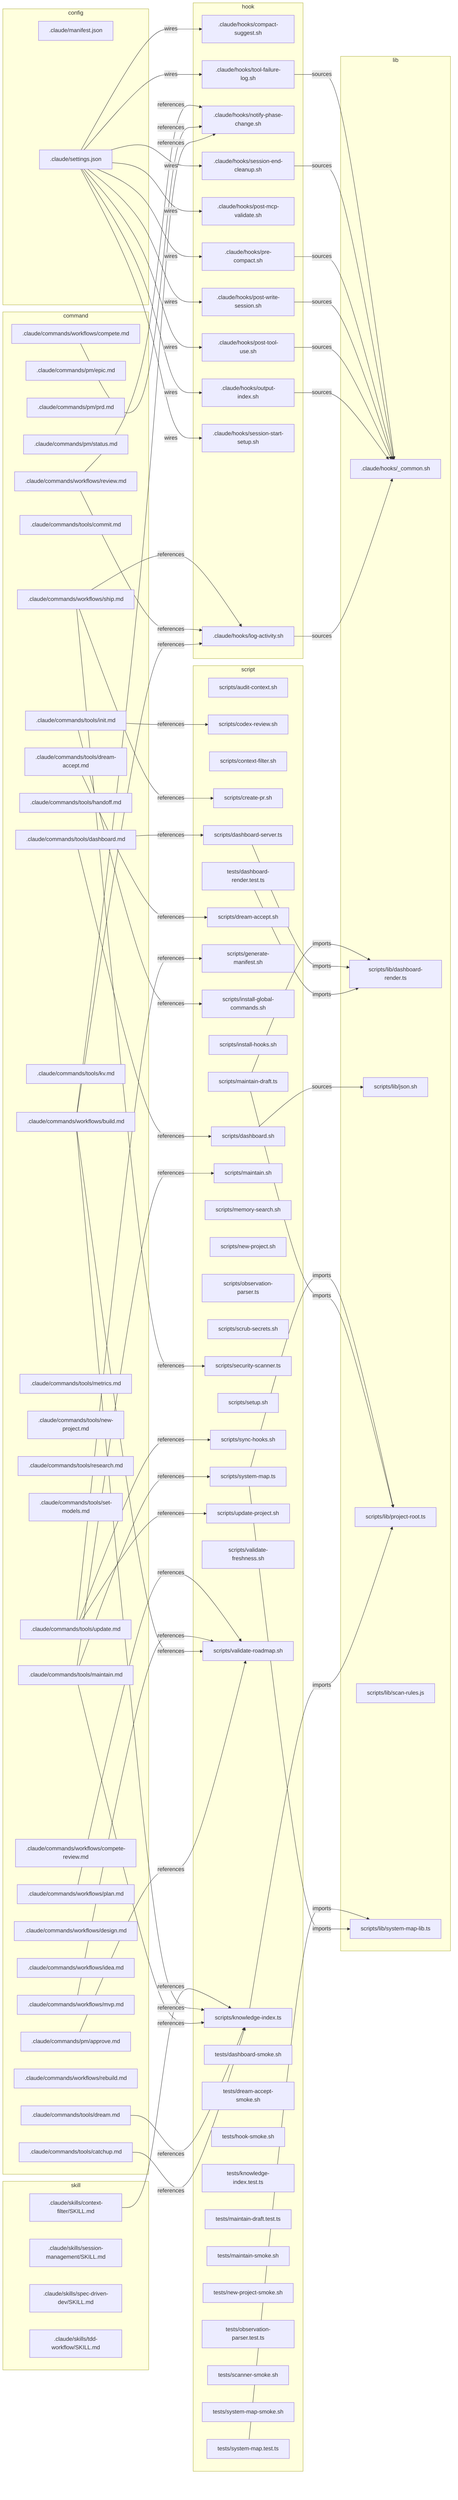
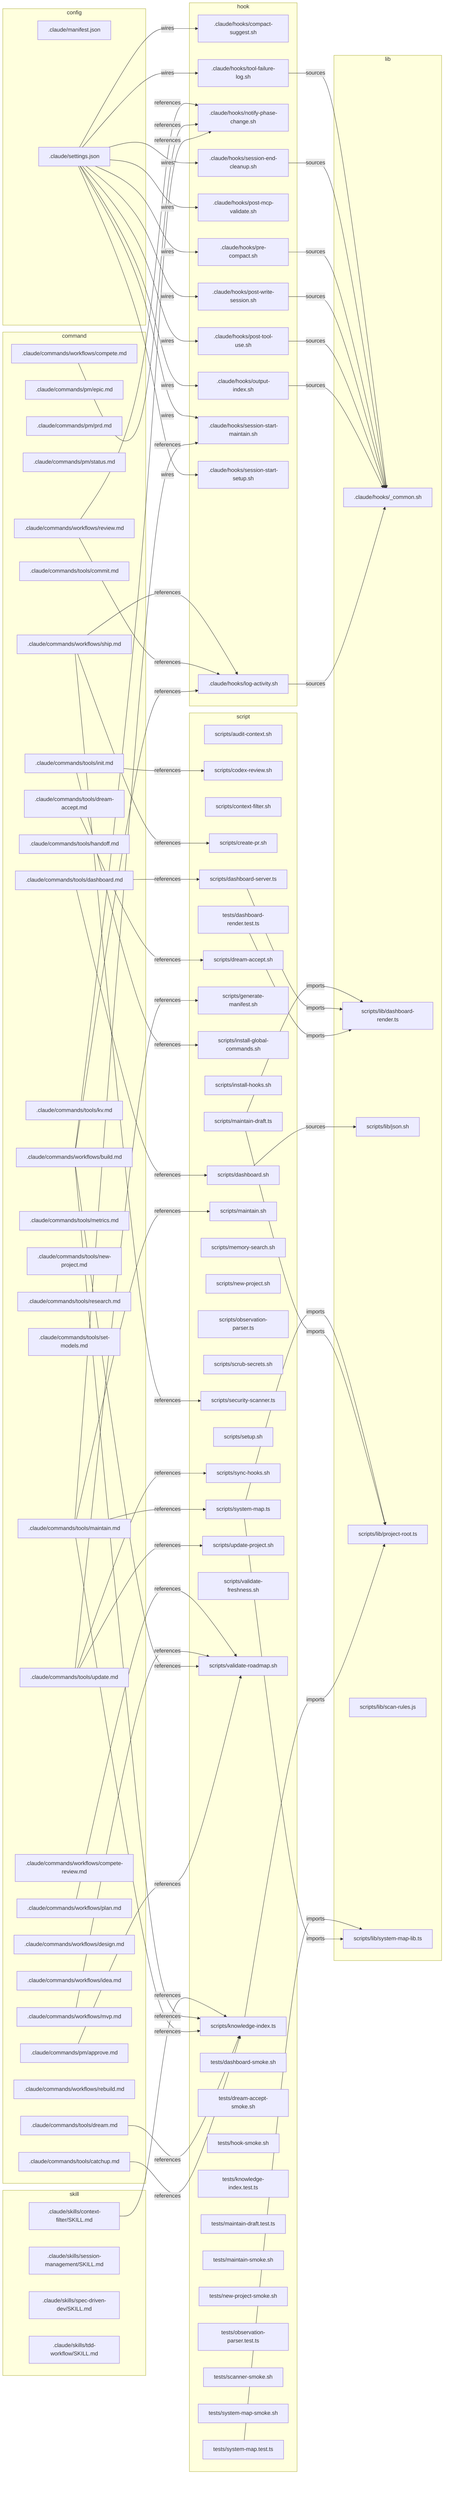
flowchart LR
  subgraph command
    c_pm_approve[".claude/commands/pm/approve.md"]
    c_pm_epic[".claude/commands/pm/epic.md"]
    c_pm_prd[".claude/commands/pm/prd.md"]
    c_pm_status[".claude/commands/pm/status.md"]
    c_tools_catchup[".claude/commands/tools/catchup.md"]
    c_tools_commit[".claude/commands/tools/commit.md"]
    c_tools_dashboard[".claude/commands/tools/dashboard.md"]
    c_tools_dream_accept[".claude/commands/tools/dream-accept.md"]
    c_tools_dream[".claude/commands/tools/dream.md"]
    c_tools_handoff[".claude/commands/tools/handoff.md"]
    c_tools_init[".claude/commands/tools/init.md"]
    c_tools_kv[".claude/commands/tools/kv.md"]
    c_tools_maintain[".claude/commands/tools/maintain.md"]
    c_tools_metrics[".claude/commands/tools/metrics.md"]
    c_tools_new_project[".claude/commands/tools/new-project.md"]
    c_tools_research[".claude/commands/tools/research.md"]
    c_tools_set_models[".claude/commands/tools/set-models.md"]
    c_tools_update[".claude/commands/tools/update.md"]
    c_workflows_build[".claude/commands/workflows/build.md"]
    c_workflows_compete_review[".claude/commands/workflows/compete-review.md"]
    c_workflows_compete[".claude/commands/workflows/compete.md"]
    c_workflows_design[".claude/commands/workflows/design.md"]
    c_workflows_idea[".claude/commands/workflows/idea.md"]
    c_workflows_mvp[".claude/commands/workflows/mvp.md"]
    c_workflows_plan[".claude/commands/workflows/plan.md"]
    c_workflows_rebuild[".claude/commands/workflows/rebuild.md"]
    c_workflows_review[".claude/commands/workflows/review.md"]
    c_workflows_ship[".claude/commands/workflows/ship.md"]
  end
  subgraph config
    cfg_manifest[".claude/manifest.json"]
    cfg_settings[".claude/settings.json"]
  end
  subgraph hook
    h_compact_suggest[".claude/hooks/compact-suggest.sh"]
    h_log_activity[".claude/hooks/log-activity.sh"]
    h_notify_phase_change[".claude/hooks/notify-phase-change.sh"]
    h_output_index[".claude/hooks/output-index.sh"]
    h_post_mcp_validate[".claude/hooks/post-mcp-validate.sh"]
    h_post_tool_use[".claude/hooks/post-tool-use.sh"]
    h_post_write_session[".claude/hooks/post-write-session.sh"]
    h_pre_compact[".claude/hooks/pre-compact.sh"]
    h_session_end_cleanup[".claude/hooks/session-end-cleanup.sh"]
+     h_session_start_maintain[".claude/hooks/session-start-maintain.sh"]
    h_session_start_setup[".claude/hooks/session-start-setup.sh"]
    h_tool_failure_log[".claude/hooks/tool-failure-log.sh"]
  end
  subgraph lib
    l_common[".claude/hooks/_common.sh"]
    l_dashboard_render["scripts/lib/dashboard-render.ts"]
    l_json["scripts/lib/json.sh"]
    l_project_root["scripts/lib/project-root.ts"]
    l_scan_rules["scripts/lib/scan-rules.js"]
    l_system_map_lib["scripts/lib/system-map-lib.ts"]
  end
  subgraph script
    s_audit_context["scripts/audit-context.sh"]
    s_codex_review["scripts/codex-review.sh"]
    s_context_filter["scripts/context-filter.sh"]
    s_create_pr["scripts/create-pr.sh"]
    s_dashboard_server["scripts/dashboard-server.ts"]
    s_dashboard["scripts/dashboard.sh"]
    s_dream_accept["scripts/dream-accept.sh"]
    s_generate_manifest["scripts/generate-manifest.sh"]
    s_install_global_commands["scripts/install-global-commands.sh"]
    s_install_hooks["scripts/install-hooks.sh"]
    s_knowledge_index["scripts/knowledge-index.ts"]
    s_maintain_draft["scripts/maintain-draft.ts"]
    s_maintain["scripts/maintain.sh"]
    s_memory_search["scripts/memory-search.sh"]
    s_new_project["scripts/new-project.sh"]
    s_observation_parser["scripts/observation-parser.ts"]
    s_scrub_secrets["scripts/scrub-secrets.sh"]
    s_security_scanner["scripts/security-scanner.ts"]
    s_setup["scripts/setup.sh"]
    s_sync_hooks["scripts/sync-hooks.sh"]
    s_system_map["scripts/system-map.ts"]
    s_update_project["scripts/update-project.sh"]
    s_validate_freshness["scripts/validate-freshness.sh"]
    s_validate_roadmap["scripts/validate-roadmap.sh"]
    s_dashboard_render_test["tests/dashboard-render.test.ts"]
    s_dashboard_smoke["tests/dashboard-smoke.sh"]
    s_dream_accept_smoke["tests/dream-accept-smoke.sh"]
    s_hook_smoke["tests/hook-smoke.sh"]
    s_knowledge_index_test["tests/knowledge-index.test.ts"]
    s_maintain_draft_test["tests/maintain-draft.test.ts"]
    s_maintain_smoke["tests/maintain-smoke.sh"]
    s_new_project_smoke["tests/new-project-smoke.sh"]
    s_observation_parser_test["tests/observation-parser.test.ts"]
    s_scanner_smoke["tests/scanner-smoke.sh"]
    s_system_map_smoke["tests/system-map-smoke.sh"]
    s_system_map_test["tests/system-map.test.ts"]
  end
  subgraph skill
    sk_context_filter_skill[".claude/skills/context-filter/SKILL.md"]
    sk_session_management_skill[".claude/skills/session-management/SKILL.md"]
    sk_spec_driven_dev_skill[".claude/skills/spec-driven-dev/SKILL.md"]
    sk_tdd_workflow_skill[".claude/skills/tdd-workflow/SKILL.md"]
  end
  c_pm_approve -->|references| s_validate_roadmap
  c_tools_catchup -->|references| s_knowledge_index
  c_tools_dashboard -->|references| s_dashboard
  c_tools_dashboard -->|references| s_dashboard_server
  c_tools_dream -->|references| s_knowledge_index
  c_tools_dream_accept -->|references| s_dream_accept
  c_tools_init -->|references| s_codex_review
  c_tools_init -->|references| s_install_global_commands
+   c_tools_maintain -->|references| h_session_start_maintain
  c_tools_maintain -->|references| s_knowledge_index
  c_tools_maintain -->|references| s_maintain
  c_tools_maintain -->|references| s_system_map
  c_tools_update -->|references| s_generate_manifest
  c_tools_update -->|references| s_sync_hooks
  c_tools_update -->|references| s_update_project
  c_workflows_build -->|references| h_log_activity
  c_workflows_build -->|references| h_notify_phase_change
  c_workflows_build -->|references| s_knowledge_index
  c_workflows_build -->|references| s_validate_roadmap
  c_workflows_compete -->|references| h_notify_phase_change
  c_workflows_mvp -->|references| s_validate_roadmap
  c_workflows_plan -->|references| s_validate_roadmap
  c_workflows_review -->|references| h_log_activity
  c_workflows_review -->|references| h_notify_phase_change
  c_workflows_ship -->|references| h_log_activity
  c_workflows_ship -->|references| s_create_pr
  c_workflows_ship -->|references| s_security_scanner
  cfg_settings -->|wires| h_compact_suggest
  cfg_settings -->|wires| h_output_index
  cfg_settings -->|wires| h_post_mcp_validate
  cfg_settings -->|wires| h_post_tool_use
  cfg_settings -->|wires| h_post_write_session
  cfg_settings -->|wires| h_pre_compact
  cfg_settings -->|wires| h_session_end_cleanup
+   cfg_settings -->|wires| h_session_start_maintain
  cfg_settings -->|wires| h_session_start_setup
  cfg_settings -->|wires| h_tool_failure_log
  h_log_activity -->|sources| l_common
  h_output_index -->|sources| l_common
  h_post_tool_use -->|sources| l_common
  h_post_write_session -->|sources| l_common
  h_pre_compact -->|sources| l_common
  h_session_end_cleanup -->|sources| l_common
  h_tool_failure_log -->|sources| l_common
  s_dashboard -->|sources| l_json
  s_dashboard_render_test -->|imports| l_dashboard_render
  s_dashboard_server -->|imports| l_dashboard_render
  s_knowledge_index -->|imports| l_project_root
  s_maintain_draft -->|imports| l_dashboard_render
  s_maintain_draft -->|imports| l_project_root
  s_system_map -->|imports| l_project_root
  s_system_map -->|imports| l_system_map_lib
  s_system_map_test -->|imports| l_system_map_lib
  sk_context_filter_skill -->|references| s_knowledge_index
